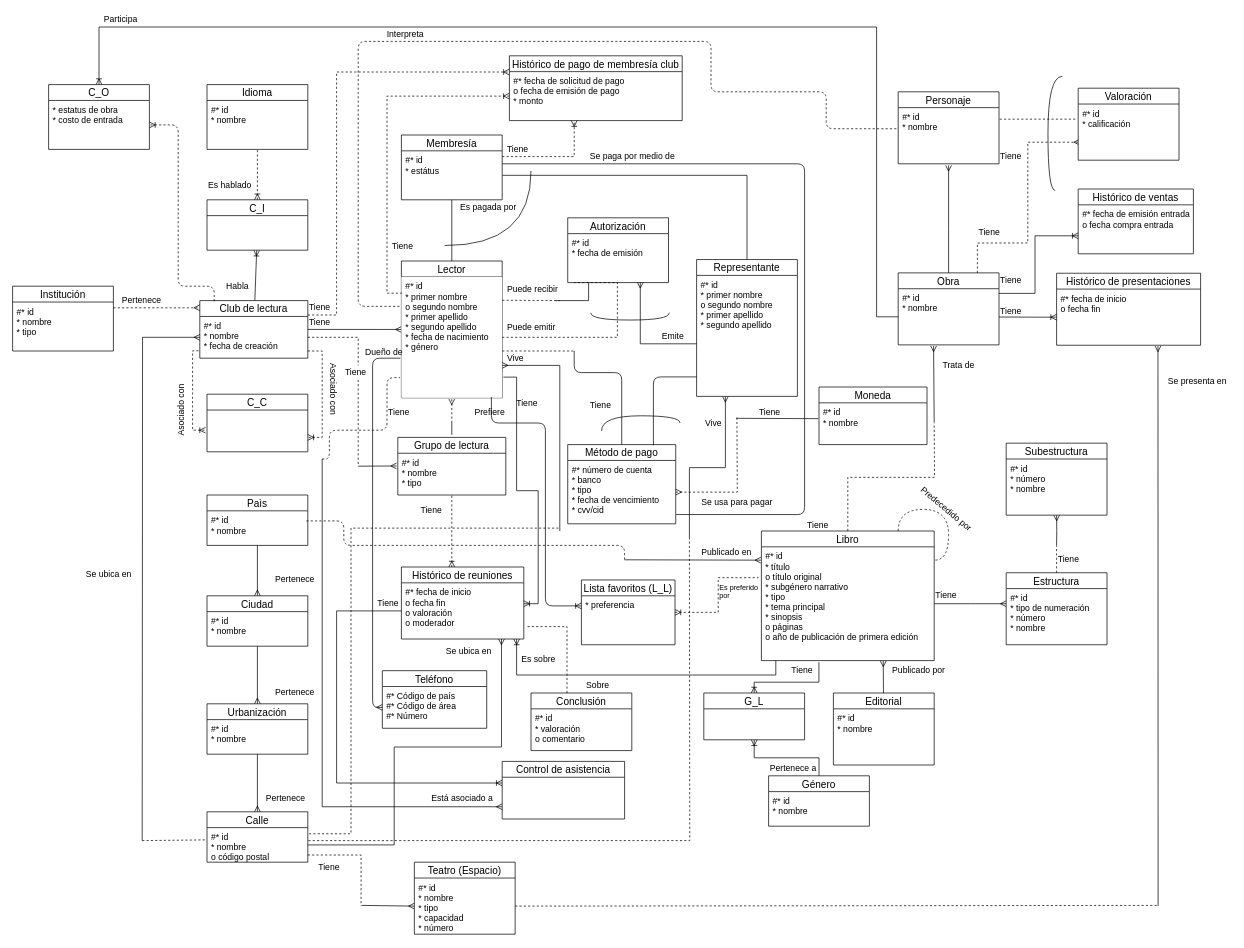
Before: DB I/Hopefully this will be the last ER.drawio in NeutronBlast/IS-Ex, a draw.io diagram. Source tidied: cells renumbered, new cells numbered last; positions are measured from the earlier drawing's top-left corner, leaving out a move shared by most shapes. Both pictures are drawn from the tidied source at 72%, with x=0, y=0 at pixel (12, 12).
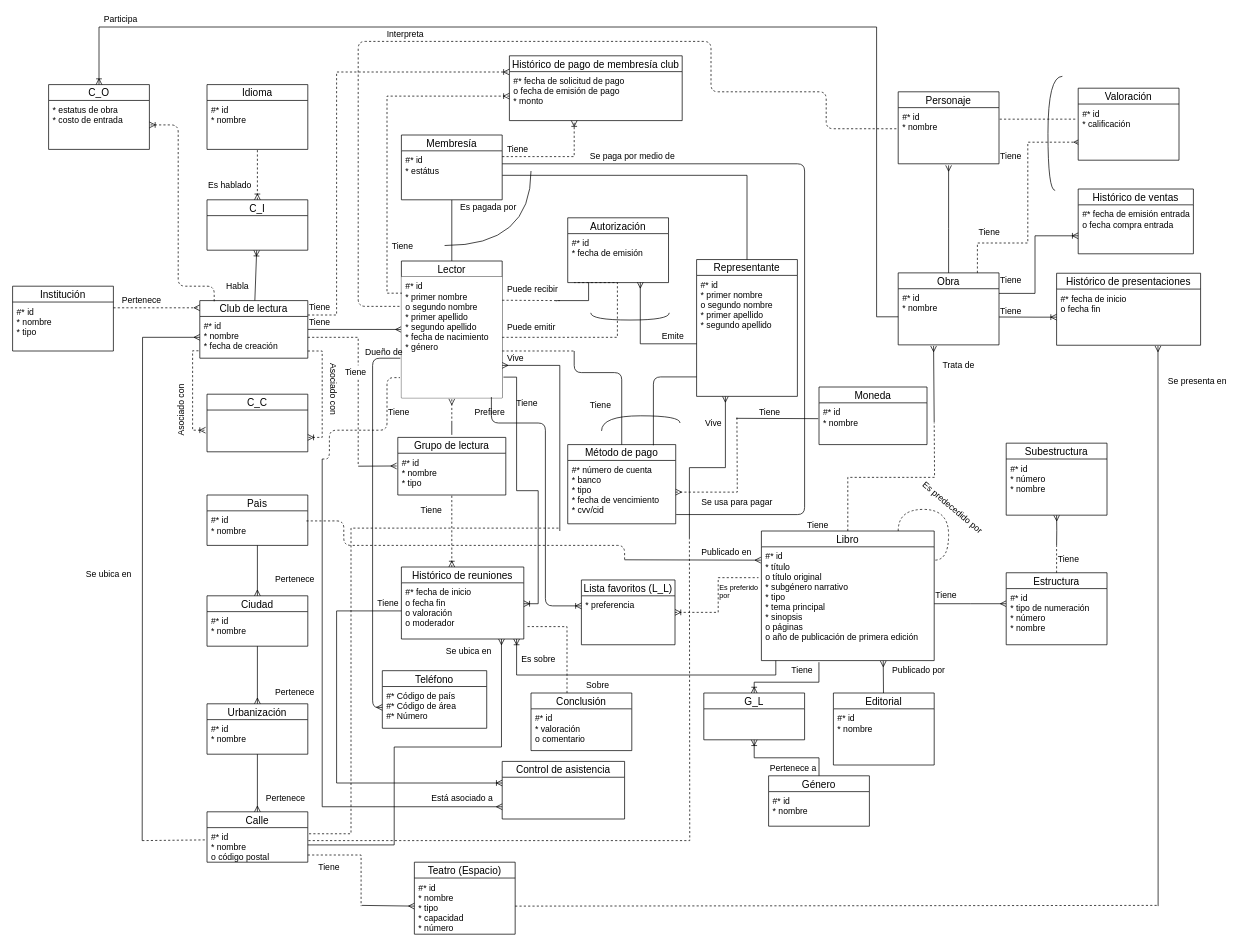
Above is the later version.

The edit, as a diff of the source:
```diff
@@
-    <mxCell id="128" value="Predecedido por" style="text;html=1;align=left;verticalAlign=top;spacingTop=-4;rotation=40;" parent="1" vertex="1">
-      <mxGeometry x="1250" y="682" width="100" height="20" as="geometry" />
+    <mxCell id="128" value="Es predecedido por" style="text;html=1;align=left;verticalAlign=top;spacingTop=-4;rotation=40;" parent="1" vertex="1">
+      <mxGeometry x="1250" y="682" width="120" height="20" as="geometry" />
     </mxCell>
```
